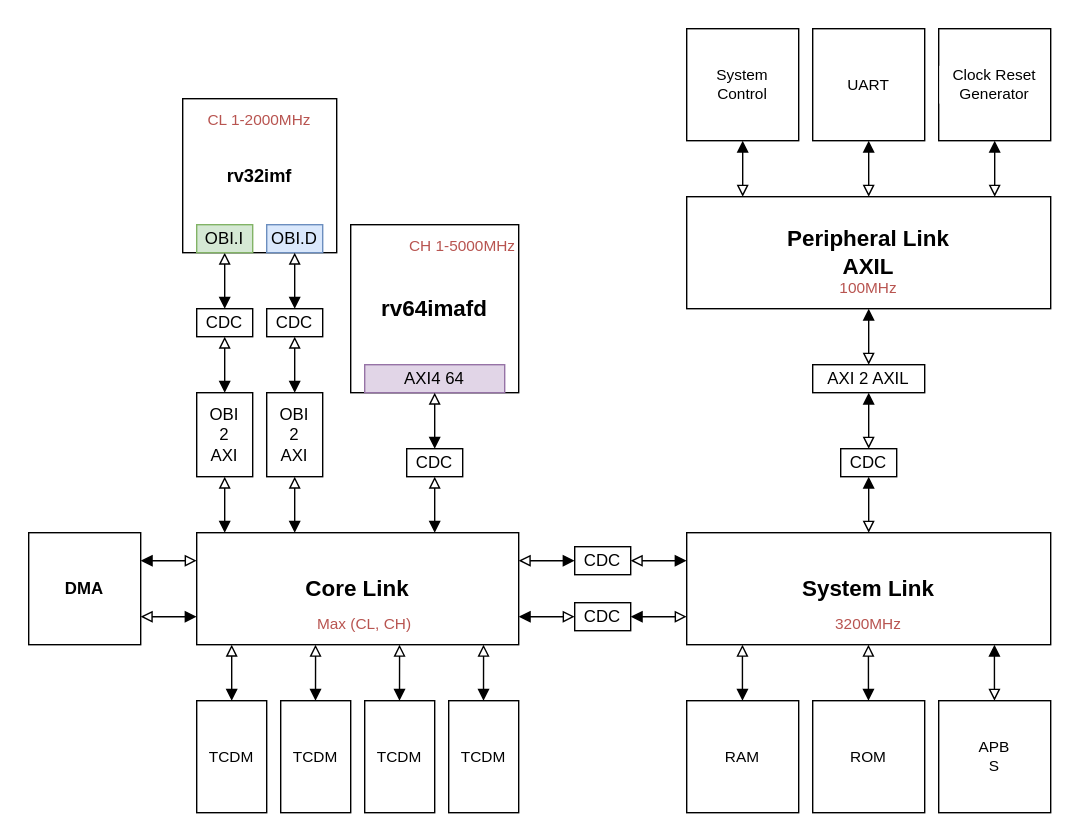
This is document/svg/detailed.svg from TecknozBD/Hyper-Titan, a draw.io export, as it was before one commit. Source tidied: cells renumbered, new cells last; positions are measured from the earlier drawing's top-left corner, leaving out a move shared by most shapes.
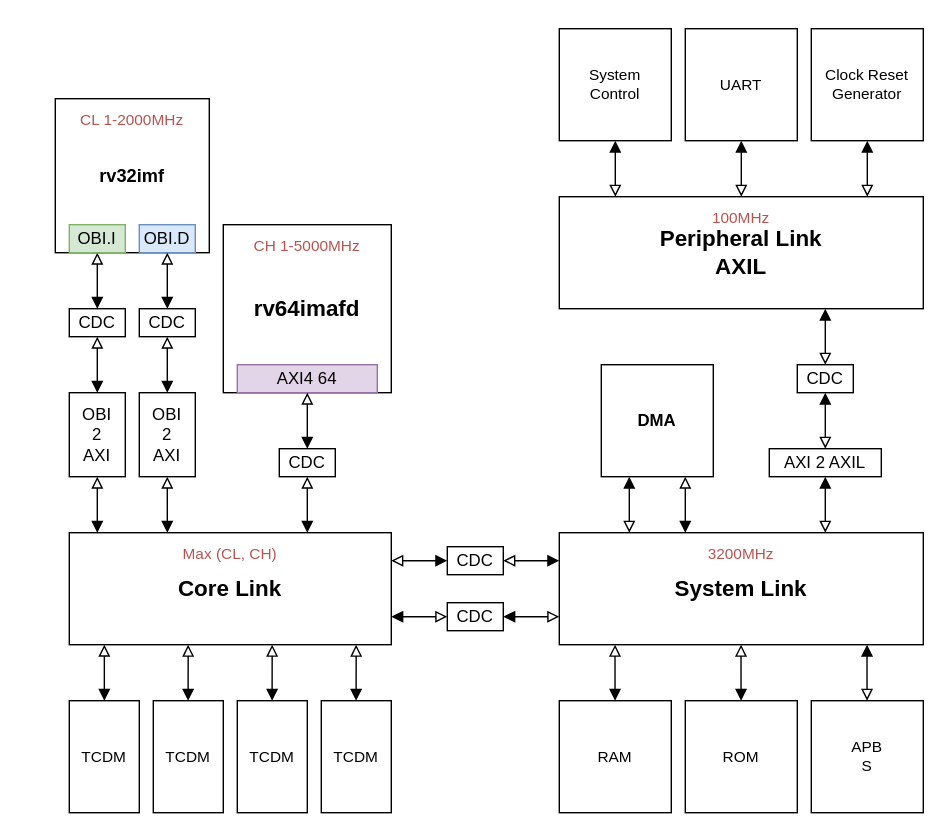
Above is the later version.

Diff of the diagram source:
```diff
@@ -3,19 +3,13 @@
     <mxCell id="0" />
     <mxCell id="1" value="Main" parent="0" />
     <mxCell id="2" style="rounded=0;whiteSpace=wrap;html=1;fontFamily=Helvetica;fontSize=11;fontColor=default;labelBackgroundColor=default;strokeColor=none;" parent="1" vertex="1">
-      <mxGeometry width="770" height="600" as="geometry" />
+      <mxGeometry x="90" width="680" height="600" as="geometry" />
     </mxCell>
     <mxCell id="3" value="rv32imf" style="rounded=0;whiteSpace=wrap;html=1;fontStyle=1;fontSize=13;shadow=0;" parent="1" vertex="1">
       <mxGeometry x="130" y="70" width="110" height="110" as="geometry" />
     </mxCell>
-    <mxCell id="4" style="edgeStyle=orthogonalEdgeStyle;shape=connector;rounded=0;orthogonalLoop=1;jettySize=auto;html=1;strokeColor=default;align=center;verticalAlign=middle;fontFamily=Helvetica;fontSize=11;fontColor=default;labelBackgroundColor=default;startArrow=block;startFill=1;endArrow=block;endFill=0;exitX=0;exitY=0.5;exitDx=0;exitDy=0;" parent="1" edge="1">
-      <mxGeometry relative="1" as="geometry">
-        <mxPoint x="140" y="440" as="sourcePoint" />
-        <mxPoint x="100" y="440" as="targetPoint" />
-      </mxGeometry>
-    </mxCell>
     <mxCell id="5" value="DMA" style="rounded=0;whiteSpace=wrap;html=1;fontStyle=1;fontSize=12;shadow=0;" parent="1" vertex="1">
-      <mxGeometry x="20" y="380" width="80" height="80" as="geometry" />
+      <mxGeometry x="520" y="260" width="80" height="80" as="geometry" />
     </mxCell>
     <mxCell id="6" value="rv64imafd" style="rounded=0;whiteSpace=wrap;html=1;fontStyle=1;fontSize=16;shadow=0;" parent="1" vertex="1">
       <mxGeometry x="250" y="160" width="120" height="120" as="geometry" />
@@ -166,22 +160,16 @@
         </Array>
       </mxGeometry>
     </mxCell>
-    <mxCell id="35" style="edgeStyle=orthogonalEdgeStyle;shape=connector;rounded=0;orthogonalLoop=1;jettySize=auto;html=1;strokeColor=default;align=center;verticalAlign=middle;fontFamily=Helvetica;fontSize=11;fontColor=default;labelBackgroundColor=default;startArrow=block;startFill=1;endArrow=block;endFill=0;" parent="1" edge="1">
-      <mxGeometry relative="1" as="geometry">
-        <mxPoint x="100" y="400" as="sourcePoint" />
-        <mxPoint x="140" y="400" as="targetPoint" />
-      </mxGeometry>
-    </mxCell>
     <mxCell id="36" value="Peripheral Link&lt;div&gt;AXIL&lt;/div&gt;" style="rounded=0;whiteSpace=wrap;html=1;fontFamily=Helvetica;fontSize=16;fontColor=default;labelBackgroundColor=default;fontStyle=1;" parent="1" vertex="1">
       <mxGeometry x="490" y="140" width="260" height="80" as="geometry" />
     </mxCell>
     <mxCell id="37" style="edgeStyle=orthogonalEdgeStyle;rounded=0;orthogonalLoop=1;jettySize=auto;html=1;endArrow=block;endFill=0;startArrow=block;startFill=1;" parent="1" edge="1">
       <mxGeometry relative="1" as="geometry">
-        <mxPoint x="620" y="340" as="sourcePoint" />
-        <mxPoint x="620" y="380" as="targetPoint" />
+        <mxPoint x="680" y="340" as="sourcePoint" />
+        <mxPoint x="680" y="380" as="targetPoint" />
         <Array as="points">
-          <mxPoint x="620" y="350" />
-          <mxPoint x="620" y="350" />
+          <mxPoint x="680" y="350" />
+          <mxPoint x="680" y="350" />
         </Array>
       </mxGeometry>
     </mxCell>
@@ -238,24 +226,24 @@
       </mxGeometry>
     </mxCell>
     <mxCell id="46" value="CDC" style="rounded=0;whiteSpace=wrap;html=1;" parent="1" vertex="1">
-      <mxGeometry x="600" y="320" width="40" height="20" as="geometry" />
+      <mxGeometry x="660" y="260" width="40" height="20" as="geometry" />
     </mxCell>
     <mxCell id="47" style="edgeStyle=orthogonalEdgeStyle;rounded=0;orthogonalLoop=1;jettySize=auto;html=1;endArrow=block;endFill=0;startArrow=block;startFill=1;" parent="1" edge="1">
       <mxGeometry relative="1" as="geometry">
-        <mxPoint x="620" y="220" as="sourcePoint" />
-        <mxPoint x="620" y="260" as="targetPoint" />
+        <mxPoint x="680" y="220" as="sourcePoint" />
+        <mxPoint x="680" y="260" as="targetPoint" />
       </mxGeometry>
     </mxCell>
     <mxCell id="48" value="AXI 2 AXIL" style="rounded=0;whiteSpace=wrap;html=1;" parent="1" vertex="1">
-      <mxGeometry x="580" y="260" width="80" height="20" as="geometry" />
+      <mxGeometry x="640" y="320" width="80" height="20" as="geometry" />
     </mxCell>
     <mxCell id="49" style="edgeStyle=orthogonalEdgeStyle;rounded=0;orthogonalLoop=1;jettySize=auto;html=1;endArrow=block;endFill=0;startArrow=block;startFill=1;" parent="1" edge="1">
       <mxGeometry relative="1" as="geometry">
-        <mxPoint x="620" y="280" as="sourcePoint" />
-        <mxPoint x="620" y="320" as="targetPoint" />
+        <mxPoint x="680" y="280" as="sourcePoint" />
+        <mxPoint x="680" y="320" as="targetPoint" />
         <Array as="points">
-          <mxPoint x="620" y="290" />
-          <mxPoint x="620" y="290" />
+          <mxPoint x="680" y="290" />
+          <mxPoint x="680" y="290" />
         </Array>
       </mxGeometry>
     </mxCell>
@@ -283,21 +271,41 @@
     <mxCell id="57" value="CDC" style="rounded=0;whiteSpace=wrap;html=1;" parent="1" vertex="1">
       <mxGeometry x="190" y="220" width="40" height="20" as="geometry" />
     </mxCell>
+    <mxCell id="64" style="edgeStyle=orthogonalEdgeStyle;rounded=0;orthogonalLoop=1;jettySize=auto;html=1;endArrow=block;endFill=0;startArrow=block;startFill=1;" parent="1" edge="1">
+      <mxGeometry relative="1" as="geometry">
+        <mxPoint x="580" y="380" as="sourcePoint" />
+        <mxPoint x="580" y="340" as="targetPoint" />
+        <Array as="points">
+          <mxPoint x="580" y="350" />
+          <mxPoint x="580" y="350" />
+        </Array>
+      </mxGeometry>
+    </mxCell>
+    <mxCell id="65" style="edgeStyle=orthogonalEdgeStyle;rounded=0;orthogonalLoop=1;jettySize=auto;html=1;endArrow=block;endFill=0;startArrow=block;startFill=1;" parent="1" edge="1">
+      <mxGeometry relative="1" as="geometry">
+        <mxPoint x="540" y="340" as="sourcePoint" />
+        <mxPoint x="540" y="380" as="targetPoint" />
+        <Array as="points">
+          <mxPoint x="540" y="350" />
+          <mxPoint x="540" y="350" />
+        </Array>
+      </mxGeometry>
+    </mxCell>
     <mxCell id="58" value="CLK RST" parent="0" />
     <mxCell id="59" value="CL 1-2000MHz" style="text;html=1;whiteSpace=wrap;strokeColor=none;fillColor=none;align=center;verticalAlign=middle;rounded=0;fontFamily=Helvetica;fontSize=11;labelBackgroundColor=default;fontColor=#B85450;" parent="58" vertex="1">
       <mxGeometry x="130" y="70" width="110" height="30" as="geometry" />
     </mxCell>
     <mxCell id="60" value="CH 1-5000MHz" style="text;html=1;whiteSpace=wrap;strokeColor=none;fillColor=none;align=center;verticalAlign=middle;rounded=0;fontFamily=Helvetica;fontSize=11;labelBackgroundColor=default;fontColor=#B85450;" parent="58" vertex="1">
-      <mxGeometry x="270" y="160" width="120" height="30" as="geometry" />
+      <mxGeometry x="250" y="160" width="120" height="30" as="geometry" />
     </mxCell>
     <mxCell id="61" value="3200MHz" style="text;html=1;whiteSpace=wrap;strokeColor=none;fillColor=none;align=center;verticalAlign=middle;rounded=0;fontFamily=Helvetica;fontSize=11;labelBackgroundColor=default;fontColor=#B85450;" parent="58" vertex="1">
-      <mxGeometry x="560" y="430" width="120" height="30" as="geometry" />
+      <mxGeometry x="490" y="380" width="260" height="30" as="geometry" />
     </mxCell>
     <mxCell id="62" value="100MHz" style="text;html=1;whiteSpace=wrap;strokeColor=none;fillColor=none;align=center;verticalAlign=middle;rounded=0;fontFamily=Helvetica;fontSize=11;labelBackgroundColor=default;fontColor=#B85450;" parent="58" vertex="1">
-      <mxGeometry x="560" y="190" width="120" height="30" as="geometry" />
+      <mxGeometry x="490" y="140" width="260" height="30" as="geometry" />
     </mxCell>
     <mxCell id="63" value="Max (CL, CH)" style="text;html=1;whiteSpace=wrap;strokeColor=none;fillColor=none;align=center;verticalAlign=middle;rounded=0;fontFamily=Helvetica;fontSize=11;labelBackgroundColor=default;fontColor=#B85450;" parent="58" vertex="1">
-      <mxGeometry x="200" y="430" width="120" height="30" as="geometry" />
+      <mxGeometry x="140" y="380" width="230" height="30" as="geometry" />
     </mxCell>
   </root>
 </mxGraphModel>
```
